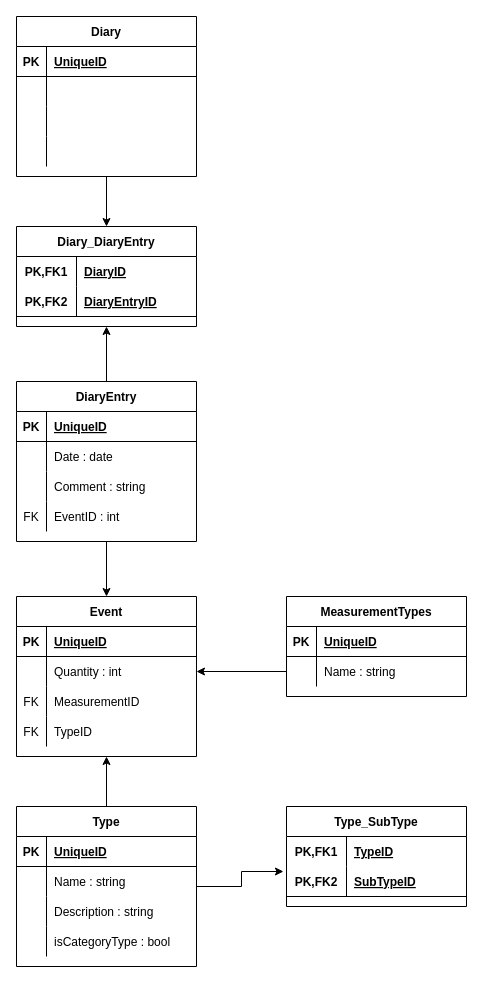
Earlier version of the draw.io diagram Untitled Diagram.drawio (FrauMauz/diagrams). Source tidied: cells renumbered, new cells numbered last; positions are measured from the earlier drawing's top-left corner, leaving out a move shared by most shapes. Both pictures are drawn from the tidied source at 100%, with x=0, y=0 at pixel (16, 16).
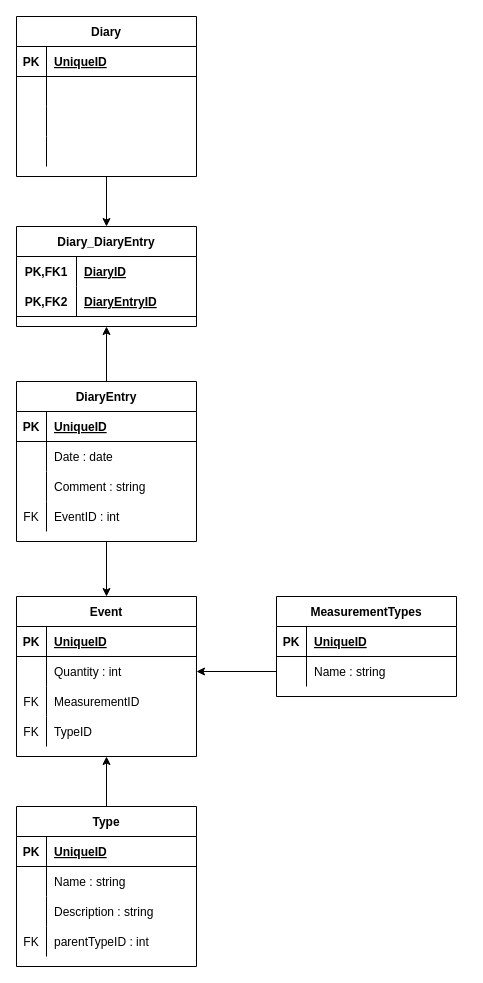
The same diagram, later.

Unchanged cells that the change refers to:
```xml
<mxCell id="46" value="Type" style="shape=table;startSize=30;childLayout=tableLayout;rowLines=0;fontStyle=1;align=center;" parent="1" vertex="1">
  <mxGeometry y="790" width="180" height="160" as="geometry" />
</mxCell>
<mxCell id="56" style="shape=partialRectangle;fillColor=none;top=0;left=0;bottom=0;right=0;" parent="46" vertex="1">
  <mxGeometry y="120" width="180" height="30" as="geometry" />
</mxCell>
```

Change to the diagram source:
```diff
@@
-    <mxCell id="45" style="edgeStyle=orthogonalEdgeStyle;rounded=0;jettySize=auto;html=1;exitX=1;exitY=0.5;exitDx=0;exitDy=0;entryX=-0.017;entryY=0.167;entryDx=0;entryDy=0;entryPerimeter=0;" parent="1" edge="1" source="46" target="63">
-      <mxGeometry relative="1" as="geometry" />
-    </mxCell>
@@
-    <mxCell id="57" style="shape=partialRectangle;fillColor=none;top=0;left=0;bottom=0;right=0;overflow=hidden;" parent="56" vertex="1">
+    <mxCell id="57" value="FK" style="shape=partialRectangle;fillColor=none;top=0;left=0;bottom=0;right=0;overflow=hidden;" parent="56" vertex="1">
       <mxGeometry width="30" height="30" as="geometry" />
     </mxCell>
-    <mxCell id="58" value="isCategoryType : bool" style="shape=partialRectangle;fillColor=none;top=0;left=0;bottom=0;right=0;align=left;spacingLeft=6;overflow=hidden;" parent="56" vertex="1">
+    <mxCell id="58" value="parentTypeID : int" style="shape=partialRectangle;fillColor=none;top=0;left=0;bottom=0;right=0;align=left;spacingLeft=6;overflow=hidden;" parent="56" vertex="1">
       <mxGeometry x="30" width="150" height="30" as="geometry" />
     </mxCell>
-    <mxCell id="59" value="Type_SubType" style="shape=table;startSize=30;childLayout=tableLayout;rowLines=0;fontStyle=1;align=center;" parent="1" vertex="1">
-      <mxGeometry x="270" y="790" width="180" height="100" as="geometry" />
-    </mxCell>
-    <mxCell id="60" style="shape=partialRectangle;fillColor=none;top=0;left=0;bottom=0;right=0;" parent="59" vertex="1">
-      <mxGeometry y="30" width="180" height="30" as="geometry" />
-    </mxCell>
-    <mxCell id="61" value="PK,FK1" style="shape=partialRectangle;fillColor=none;top=0;left=0;bottom=0;right=0;fontStyle=1;overflow=hidden;" parent="60" vertex="1">
-      <mxGeometry width="60" height="30" as="geometry" />
-    </mxCell>
-    <mxCell id="62" value="TypeID" style="shape=partialRectangle;fillColor=none;top=0;left=0;bottom=0;right=0;align=left;spacingLeft=6;fontStyle=5;overflow=hidden;" parent="60" vertex="1">
-      <mxGeometry x="60" width="120" height="30" as="geometry" />
-    </mxCell>
-    <mxCell id="63" style="shape=partialRectangle;fillColor=none;top=0;left=0;bottom=1;right=0;points=[[0,0.5],[1,0.5]];portConstraint=eastwest;" parent="59" vertex="1">
-      <mxGeometry y="60" width="180" height="30" as="geometry" />
-    </mxCell>
-    <mxCell id="64" value="PK,FK2" style="shape=partialRectangle;fillColor=none;top=0;left=0;bottom=0;right=0;fontStyle=1;overflow=hidden;" parent="63" vertex="1">
-      <mxGeometry width="60" height="30" as="geometry" />
-    </mxCell>
-    <mxCell id="65" value="SubTypeID" style="shape=partialRectangle;fillColor=none;top=0;left=0;bottom=0;right=0;align=left;spacingLeft=6;fontStyle=5;overflow=hidden;" parent="63" vertex="1">
-      <mxGeometry x="60" width="120" height="30" as="geometry" />
-    </mxCell>
     <mxCell id="66" value="MeasurementTypes" style="shape=table;startSize=30;childLayout=tableLayout;rowLines=0;fontStyle=1;align=center;" parent="1" vertex="1">
-      <mxGeometry x="270" y="580" width="180" height="100" as="geometry" />
+      <mxGeometry x="260" y="580" width="180" height="100" as="geometry" />
     </mxCell>
```
